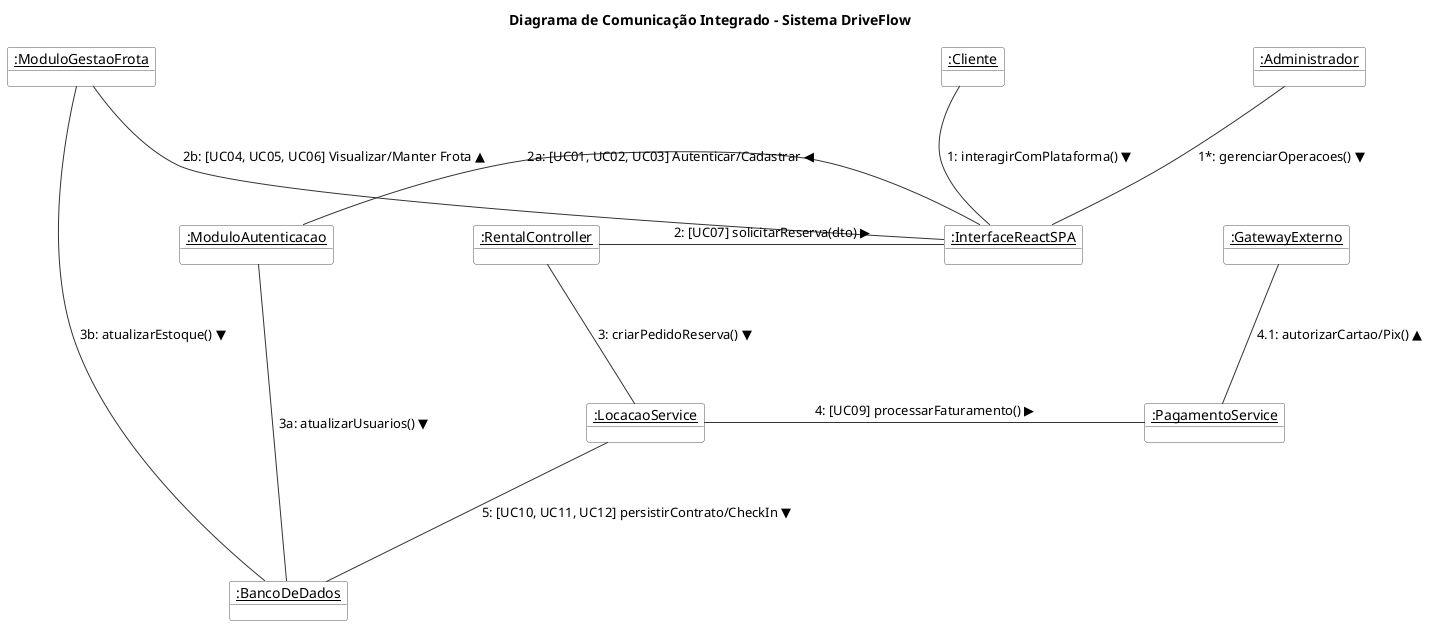
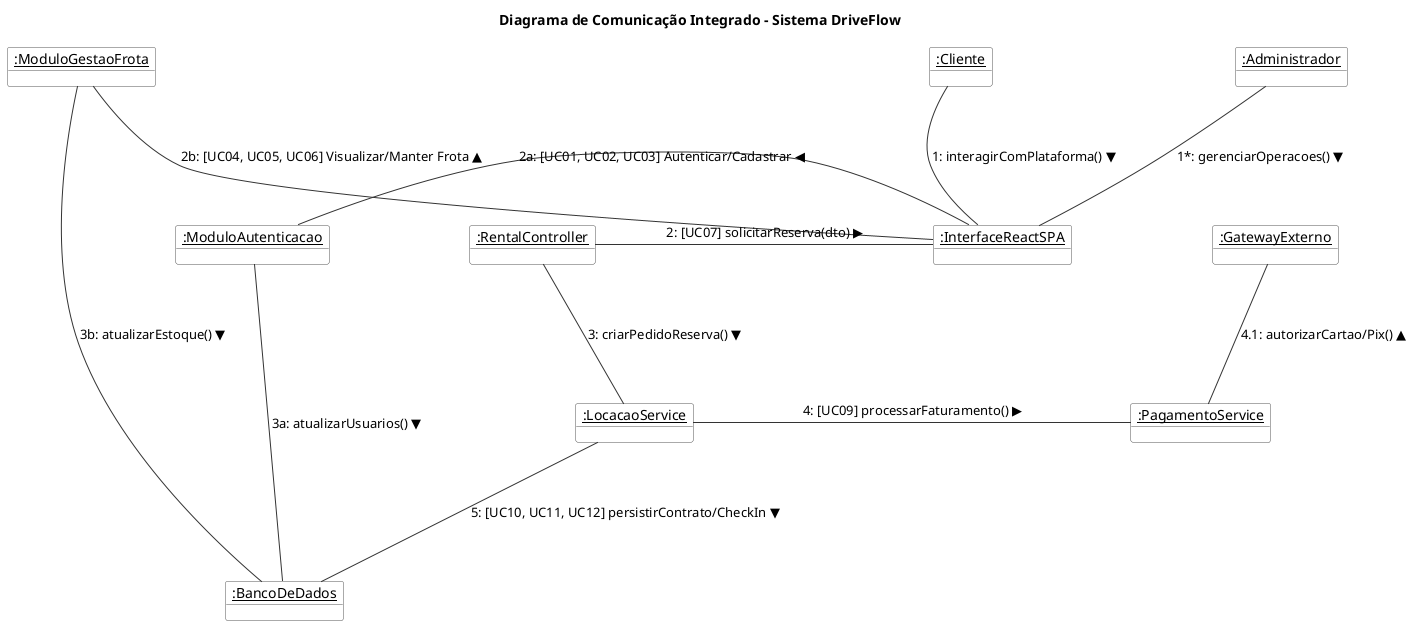
@startuml DriveFlow_Comunicacao_Integrada
- ' Configurações de layout para evitar sobreposição de textos
skinparam nodesep 140
skinparam ranksep 120
skinparam shadowing false
skinparam roundcorner 5
skinparam object {
    BackgroundColor White
    ArrowColor #333333
    BorderColor #555555
}

title Diagrama de Comunicação Integrado - Sistema DriveFlow

- ' ==========================================
- ' DEFEINIÇÃO DOS OBJETOS (PARTICIPANTES)
- ' ==========================================
- 
- ' Atores
object "<u>:Cliente</u>" as cli
object "<u>:Administrador</u>" as adm
- 
- ' Camada de Apresentação (Unificada para limpeza visual)
object "<u>:InterfaceReactSPA</u>" as ui
- 
- ' Módulos Indiretos (Satélites)
object "<u>:ModuloAutenticacao</u>" as mod_auth
object "<u>:ModuloGestaoFrota</u>" as mod_frota
- 
- ' Camada de Aplicação - PARTE PRINCIPAL (Detalahda)
object "<u>:RentalController</u>" as ctrl
object "<u>:LocacaoService</u>" as svc
object "<u>:PagamentoService</u>" as pag
object "<u>:GatewayExterno</u>" as gateway
- 
- ' Camada de Dados (Unificada para convergência limpa)
object "<u>:BancoDeDados</u>" as db

- ' ==========================================
- ' CONEXÕES E FLUXOS DE MENSAGENS
- ' ==========================================
+ cli -down- ui : "1: interagirComPlataforma() ▼"
+ adm -down- ui : "1*: gerenciarOperacoes() ▼"

- ' 1. Interações Iniciais dos Atores com o Frontend
- cli -down- ui : " 1: interagirComPlataforma() ▼ "
- adm -down- ui : " 1*: gerenciarOperacoes() ▼ "
+ ui -left- mod_auth : "2a: [UC01, UC02, UC03] Autenticar/Cadastrar ◀"
+ ui -up- mod_frota : "2b: [UC04, UC05, UC06] Visualizar/Manter Frota ▲"

- ' 2. Fluxos Indiretos (Módulos Satélites)
- ui -left- mod_auth : " 2a: [UC01, UC02, UC03] Autenticar/Cadastrar ◀ "
- ui -up- mod_frota : " 2b: [UC04, UC05, UC06] Visualizar/Manter Frota ▲ "
+ ui -right- ctrl : "2: [UC07] solicitarReserva(dto) ▶"
+ ctrl -down- svc : "3: criarPedidoReserva() ▼"
+ svc -right- pag : "4: [UC09] processarFaturamento() ▶"
+ pag -up- gateway : "4.1: autorizarCartao/Pix() ▲"

- ' 3. Fluxo Principal Completo (Locação e Pagamento)
- ui -right- ctrl : " 2: [UC07] solicitarReserva(dto) ▶ "
- ctrl -down- svc : " 3: criarPedidoReserva() ▼ "
- svc -right- pag : " 4: [UC09] processarFaturamento() ▶ "
- pag -up- gateway : " 4.1: autorizarCartao/Pix() ▲ "
- 
- ' 4. Convergência para a Camada de Dados (Persistência)
- mod_auth -down- db : " 3a: atualizarUsuarios() ▼ "
- mod_frota -down- db : " 3b: atualizarEstoque() ▼ "
- svc -down- db : " 5: [UC10, UC11, UC12] persistirContrato/CheckIn ▼ "
+ mod_auth -down- db : "3a: atualizarUsuarios() ▼"
+ mod_frota -down- db : "3b: atualizarEstoque() ▼"
+ svc -down- db : "5: [UC10, UC11, UC12] persistirContrato/CheckIn ▼"

@enduml